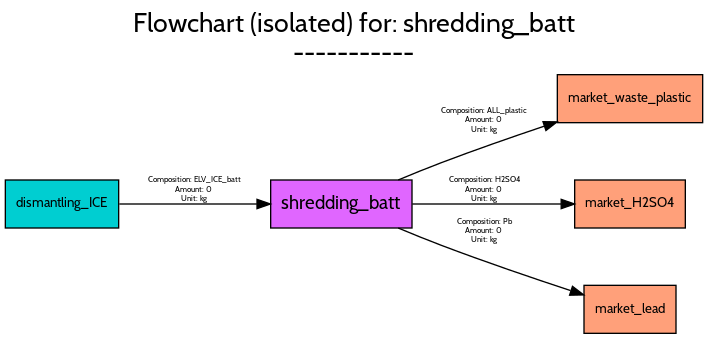
This is src/examples/ELV/figures/flowcharts/processes/png/shredding_batt.png from FutuRaM-Project/Recovery-Model, a Graphviz export, as it was before one commit. Its source is kept beside it as src/examples/ELV/figures/flowcharts/processes/dot/shredding_batt.dot.
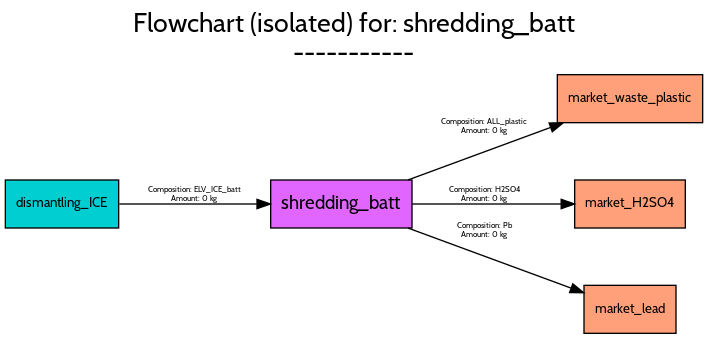
After the change.

The edit, as a diff of the source:
```diff
@@ -35,10 +35,9 @@
 		fontname=Cabin,
 		fontsize=6,
 		label="Composition: ALL_plastic
-Amount: 0
-Unit: kg",
-		lp="359.5,159.5",
-		pos="e,413.82,158.61 294.68,115.04 305.17,119.42 316.45,123.99 327,128 351.99,137.49 379.79,147.17 404.03,155.33"];
+Amount: 0 kg",
+		lp="359.5,155",
+		pos="e,418.4,157.92 301.94,115.03 333.68,126.71 375.2,142.01 408.72,154.35"];
 	market_H2SO4	[fillcolor=lightsalmon1,
 		fontname=Cabin,
 		fontsize=10,
@@ -51,9 +50,8 @@
 		fontname=Cabin,
 		fontsize=6,
 		label="Composition: H2SO4
-Amount: 0
-Unit: kg",
-		lp="359.5,107.5",
+Amount: 0 kg",
+		lp="359.5,104",
 		pos="e,426.89,97 305.2,97 339.14,97 383.17,97 416.8,97"];
 	market_lead	[fillcolor=lightsalmon1,
 		fontname=Cabin,
@@ -67,10 +65,9 @@
 		fontname=Cabin,
 		fontsize=6,
 		label="Composition: Pb
-Amount: 0
-Unit: kg",
-		lp="359.5,76.5",
-		pos="e,433.77,28.813 294.68,78.962 305.17,74.58 316.45,70.006 327,66 359.19,53.774 396.05,41.236 423.93,32.042"];
+Amount: 0 kg",
+		lp="359.5,77",
+		pos="e,433.79,30.417 301.94,78.975 338.79,65.405 388.82,46.977 424.22,33.942"];
 	dismantling_ICE	[fillcolor=darkturquoise,
 		fontname=Cabin,
 		fontsize=10,
@@ -83,8 +80,7 @@
 		fontname=Cabin,
 		fontsize=6,
 		label="Composition: ELV_ICE_batt
-Amount: 0
-Unit: kg",
-		lp="142,107.5",
+Amount: 0 kg",
+		lp="142,104",
 		pos="e,198.76,97 85.491,97 115.11,97 155.29,97 188.64,97"];
 }
```
